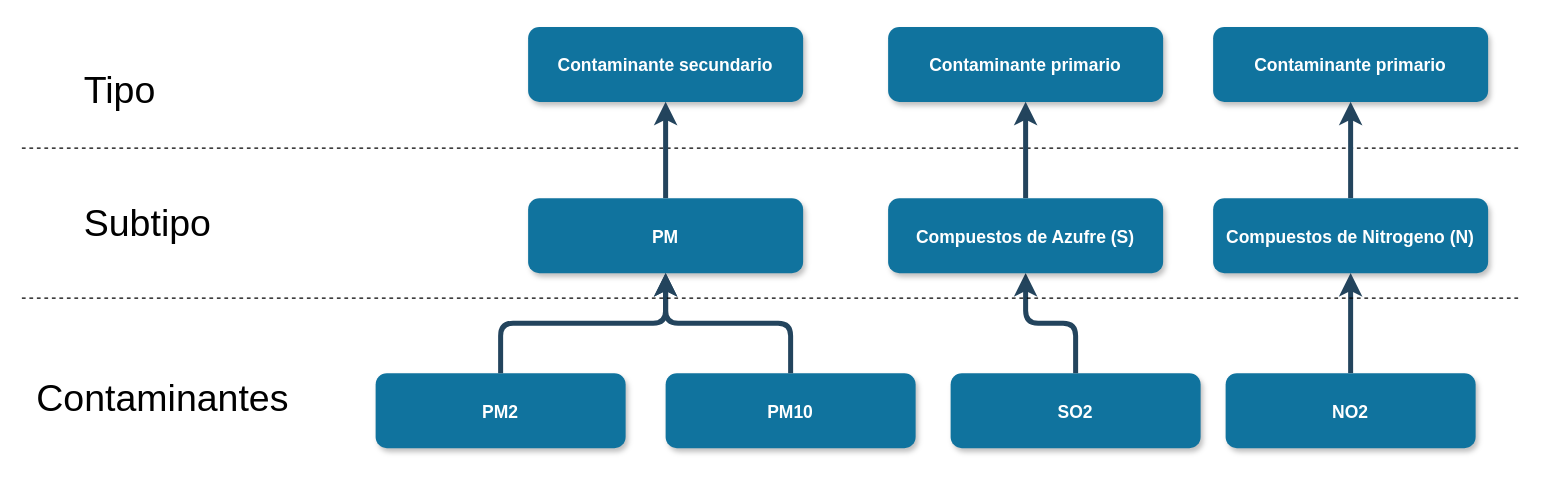
Before: 2. Diseño conceptual/contaminantes_example.drawio in gonzalomelov/dw-calidad-aire-docs, a draw.io diagram. Source tidied: cells renumbered, new cells numbered last; positions are measured from the earlier drawing's top-left corner, leaving out a move shared by most shapes. Both pictures are drawn from the tidied source at 125%, with x=0, y=0 at pixel (21, 26).
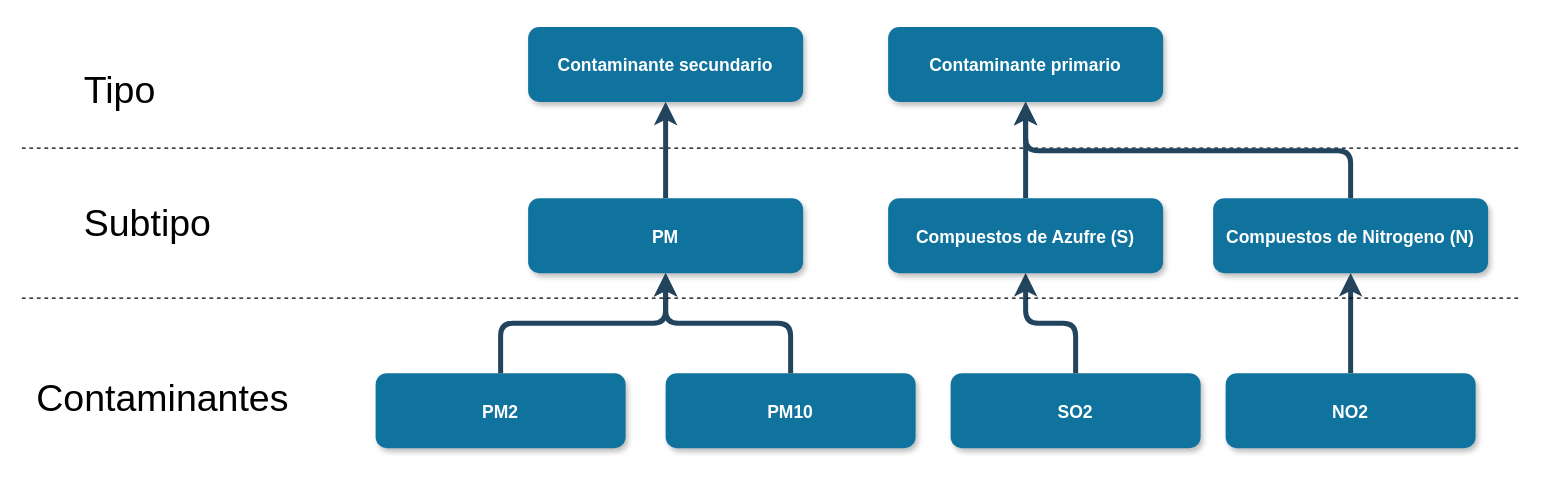
After the change.

The change refers to these unchanged cells:
```xml
<mxCell id="9" value="Compuestos de Nitrogeno (N)" style="rounded=1;fillColor=#10739E;strokeColor=none;shadow=1;gradientColor=none;fontStyle=1;fontColor=#FFFFFF;fontSize=14;" parent="1" vertex="1">
  <mxGeometry x="953" y="137" width="220" height="60" as="geometry" />
</mxCell>
<mxCell id="20" value="Contaminante primario" style="rounded=1;fillColor=#10739E;strokeColor=none;shadow=1;gradientColor=none;fontStyle=1;fontColor=#FFFFFF;fontSize=14;" parent="1" vertex="1">
  <mxGeometry x="693" width="220" height="60" as="geometry" />
</mxCell>
```

Change to the diagram source:
```diff
@@
-    <mxCell id="19" value="Contaminante primario" style="rounded=1;fillColor=#10739E;strokeColor=none;shadow=1;gradientColor=none;fontStyle=1;fontColor=#FFFFFF;fontSize=14;" parent="1" vertex="1">
-      <mxGeometry x="953" width="220" height="60" as="geometry" />
-    </mxCell>
@@
-    <mxCell id="23" style="edgeStyle=elbowEdgeStyle;elbow=vertical;strokeWidth=4;endArrow=none;endFill=0;fontStyle=1;strokeColor=#23445D;startArrow=classic;startFill=1;exitX=0.5;exitY=1;exitDx=0;exitDy=0;entryX=0.5;entryY=0;entryDx=0;entryDy=0;" parent="1" edge="1" source="19" target="9">
+    <mxCell id="23" style="edgeStyle=elbowEdgeStyle;elbow=vertical;strokeWidth=4;endArrow=none;endFill=0;fontStyle=1;strokeColor=#23445D;startArrow=classic;startFill=1;exitX=0.5;exitY=1;exitDx=0;exitDy=0;entryX=0.5;entryY=0;entryDx=0;entryDy=0;" parent="1" edge="1" source="20" target="9">
       <mxGeometry x="596.5" y="430" as="geometry" />
     </mxCell>
```
